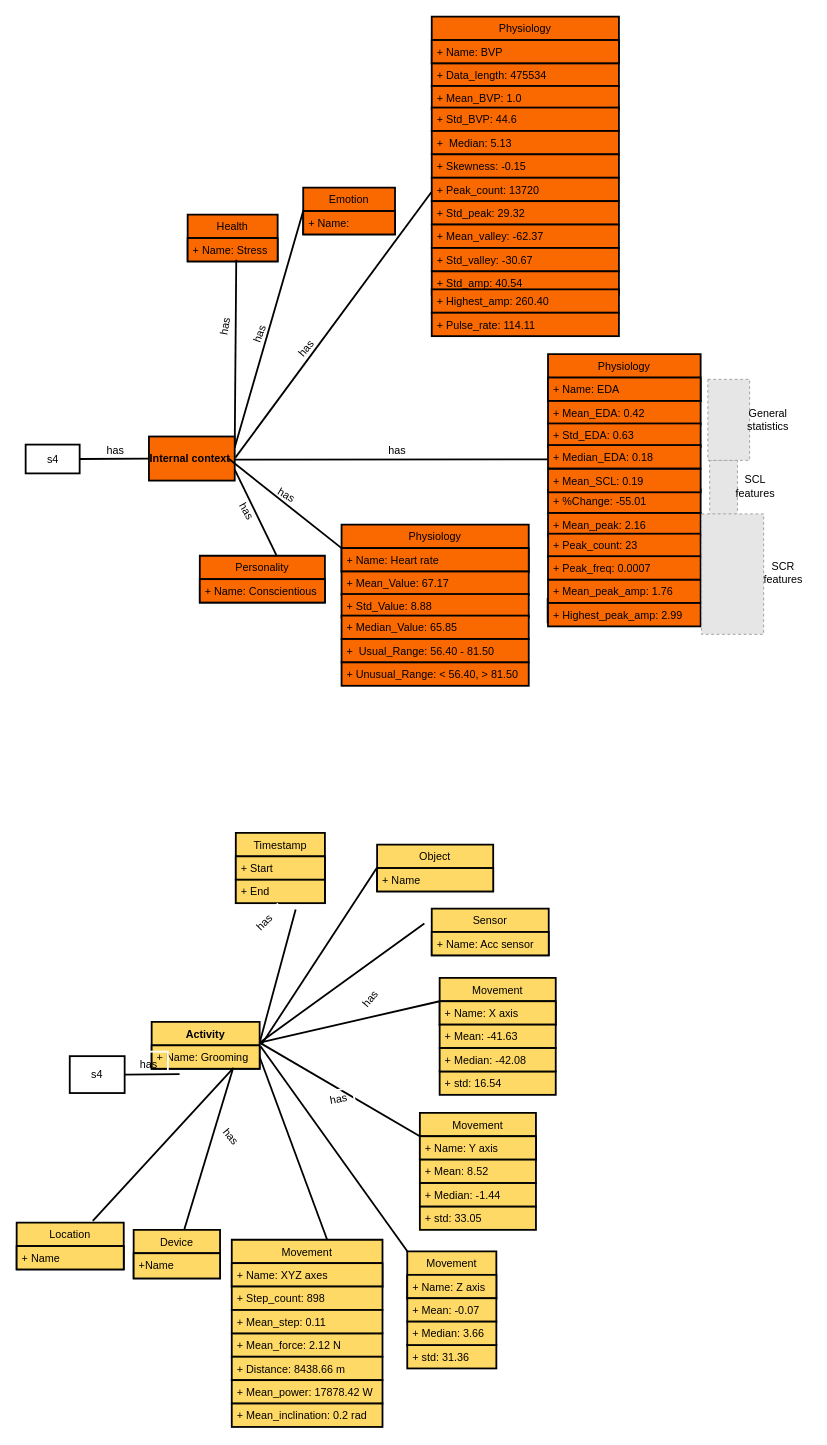
Above: um_article.drawio in oluwande/zmPDSwR (draw.io), before the change. Source tidied: cells renumbered, new cells numbered last; positions are measured from the earlier drawing's top-left corner, leaving out a move shared by most shapes. Both pictures are drawn from the tidied source at 90%, with x=0, y=0 at pixel (16, 16). Pictures stored in the file or linked from it are replaced by grey dashed boxes.
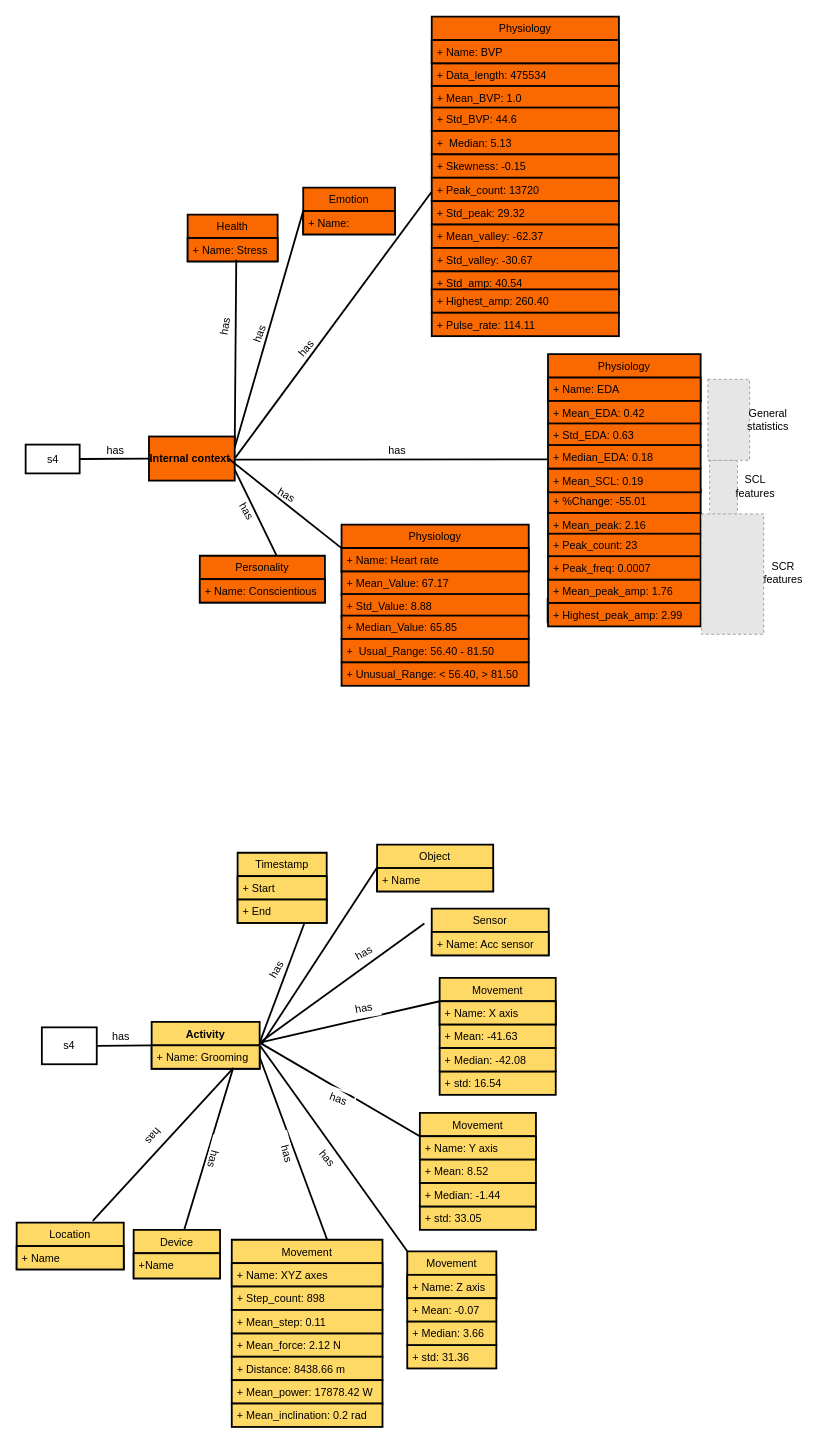
The same diagram, later.

The edit, as a diff of the source:
```diff
@@
     <mxCell id="66" value="s4" style="rounded=0;whiteSpace=wrap;html=1;fontSize=12;strokeColor=#000000;strokeWidth=2;fillColor=#FFFFFF;" parent="1" vertex="1">
-      <mxGeometry x="59" y="1155" width="61" height="41" as="geometry" />
+      <mxGeometry x="28" y="1123" width="61" height="41" as="geometry" />
     </mxCell>
@@
     <mxCell id="71" value="Timestamp" style="swimlane;fontStyle=0;align=center;verticalAlign=top;horizontal=1;startSize=26;fontSize=12;strokeColor=#000000;strokeWidth=2;fillColor=#FFD966;fontColor=#000000;" parent="1" vertex="1">
-      <mxGeometry x="243.5" y="907" width="99" height="78" as="geometry" />
+      <mxGeometry x="245.5" y="929" width="99" height="78" as="geometry" />
     </mxCell>
@@
-    <mxCell id="78" style="endArrow=none;html=1;rounded=0;fontSize=12;strokeWidth=2;strokeColor=#000000;" parent="1" edge="1">
+    <mxCell id="78" style="endArrow=none;html=1;rounded=0;fontSize=12;strokeWidth=2;strokeColor=#000000;entryX=0.75;entryY=1;entryDx=0;entryDy=0;" parent="1" edge="1" target="71">
       <mxGeometry relative="1" as="geometry">
         <mxPoint x="270" y="1140" as="sourcePoint" />
-        <mxPoint x="310" y="992" as="targetPoint" />
       </mxGeometry>
     </mxCell>
@@
-    <mxCell id="83" value="has" style="text;html=1;strokeColor=#FFFFFF;fillColor=none;align=center;verticalAlign=middle;whiteSpace=wrap;rounded=0;fontSize=12;rotation=-45;strokeWidth=2;" parent="1" vertex="1">
-      <mxGeometry x="251" y="1002" width="49" height="9" as="geometry" />
+    <mxCell id="83" value="has" style="text;html=1;strokeColor=#FFFFFF;fillColor=none;align=center;verticalAlign=middle;whiteSpace=wrap;rounded=0;fontSize=12;rotation=-60;strokeWidth=2;" parent="1" vertex="1">
+      <mxGeometry x="264.3" y="1054" width="49" height="9" as="geometry" />
     </mxCell>
-    <mxCell id="84" value="has" style="text;html=1;strokeColor=#FFFFFF;fillColor=none;align=center;verticalAlign=middle;whiteSpace=wrap;rounded=0;fontSize=12;rotation=-50;strokeWidth=2;" parent="1" vertex="1">
-      <mxGeometry x="374" y="1083" width="37.6" height="17" as="geometry" />
+    <mxCell id="84" value="has" style="text;html=1;strokeColor=#FFFFFF;fillColor=none;align=center;verticalAlign=middle;whiteSpace=wrap;rounded=0;fontSize=12;rotation=-30;strokeWidth=2;" parent="1" vertex="1">
+      <mxGeometry x="366.6" y="1032" width="37.6" height="17" as="geometry" />
     </mxCell>
-    <mxCell id="85" value="has" style="text;html=1;strokeColor=#FFFFFF;fillColor=none;align=center;verticalAlign=middle;whiteSpace=wrap;rounded=0;fontSize=12;rotation=-10;strokeWidth=2;" parent="1" vertex="1">
+    <mxCell id="85" value="has" style="text;html=1;strokeColor=#FFFFFF;fillColor=none;align=center;verticalAlign=middle;whiteSpace=wrap;rounded=0;fontSize=12;rotation=20;strokeWidth=2;" parent="1" vertex="1">
       <mxGeometry x="341" y="1192.5" width="34" height="20" as="geometry" />
     </mxCell>
-    <mxCell id="86" value="has" style="text;html=1;strokeColor=#FFFFFF;fillColor=none;align=center;verticalAlign=middle;whiteSpace=wrap;rounded=0;fontSize=12;rotation=50;strokeWidth=2;" parent="1" vertex="1">
-      <mxGeometry x="213.3" y="1239" width="50" height="12" as="geometry" />
+    <mxCell id="86" value="has" style="text;html=1;strokeColor=#FFFFFF;fillColor=none;align=center;verticalAlign=middle;whiteSpace=wrap;rounded=0;fontSize=12;rotation=-230;strokeWidth=2;" parent="1" vertex="1">
+      <mxGeometry x="127" y="1238" width="50" height="12" as="geometry" />
     </mxCell>
     <mxCell id="87" value="has" style="text;html=1;strokeColor=#FFFFFF;fillColor=none;align=center;verticalAlign=middle;whiteSpace=wrap;rounded=0;fontSize=12;rotation=0;strokeWidth=2;" parent="1" vertex="1">
-      <mxGeometry x="126" y="1150" width="42" height="30" as="geometry" />
+      <mxGeometry x="95" y="1118" width="42" height="30" as="geometry" />
     </mxCell>
     <mxCell id="88" style="endArrow=none;html=1;rounded=0;fontSize=12;strokeColor=#000000;strokeWidth=2;exitX=1;exitY=0.5;exitDx=0;exitDy=0;" parent="1" edge="1" source="66">
       <mxGeometry relative="1" as="geometry">
-        <mxPoint x="181" y="1175" as="targetPoint" />
+        <mxPoint x="150" y="1143" as="targetPoint" />
       </mxGeometry>
     </mxCell>
@@
+    <mxCell id="120" value="has" style="text;html=1;strokeColor=#FFFFFF;fillColor=none;align=center;verticalAlign=middle;whiteSpace=wrap;rounded=0;fontSize=12;rotation=-10;strokeWidth=2;" parent="1" vertex="1">
+      <mxGeometry x="369" y="1091.5" width="34" height="20" as="geometry" />
+    </mxCell>
+    <mxCell id="121" value="has" style="text;html=1;strokeColor=#FFFFFF;fillColor=none;align=center;verticalAlign=middle;whiteSpace=wrap;rounded=0;fontSize=12;rotation=105;strokeWidth=2;" parent="1" vertex="1">
+      <mxGeometry x="193.5" y="1263" width="50" height="12" as="geometry" />
+    </mxCell>
+    <mxCell id="122" value="has" style="text;html=1;strokeColor=#FFFFFF;fillColor=none;align=center;verticalAlign=middle;whiteSpace=wrap;rounded=0;fontSize=12;rotation=75;strokeWidth=2;" parent="1" vertex="1">
+      <mxGeometry x="275.3" y="1258" width="50" height="12" as="geometry" />
+    </mxCell>
+    <mxCell id="123" value="has" style="text;html=1;strokeColor=#FFFFFF;fillColor=none;align=center;verticalAlign=middle;whiteSpace=wrap;rounded=0;fontSize=12;rotation=50;strokeWidth=2;" parent="1" vertex="1">
+      <mxGeometry x="320.3" y="1263" width="50" height="12" as="geometry" />
+    </mxCell>
```
